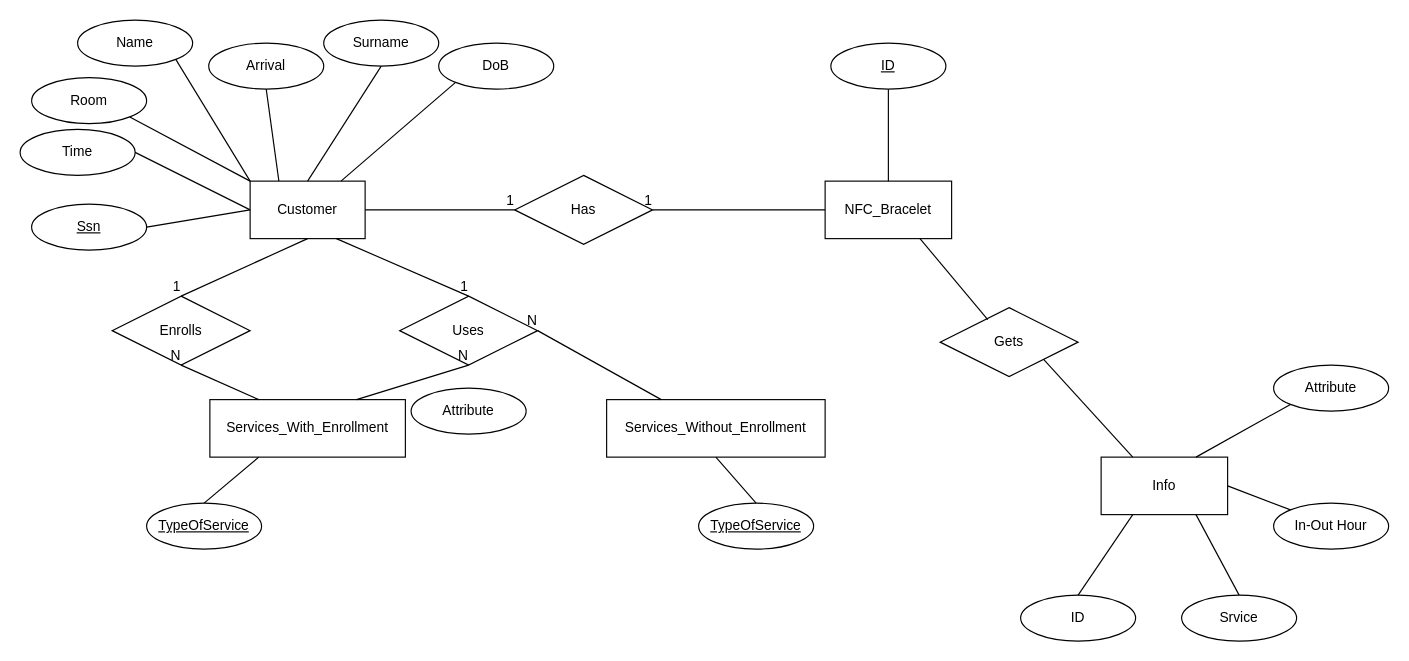
GiorgosKotsompolis/hello-world keeps this draw.io diagram as Hotel ER.drawio. Above is the earlier version. Source tidied: cells renumbered, new cells numbered last; positions are measured from the earlier drawing's top-left corner, leaving out a move shared by most shapes. Both pictures are drawn from the tidied source at 115%, with x=0, y=0 at pixel (20, 20).
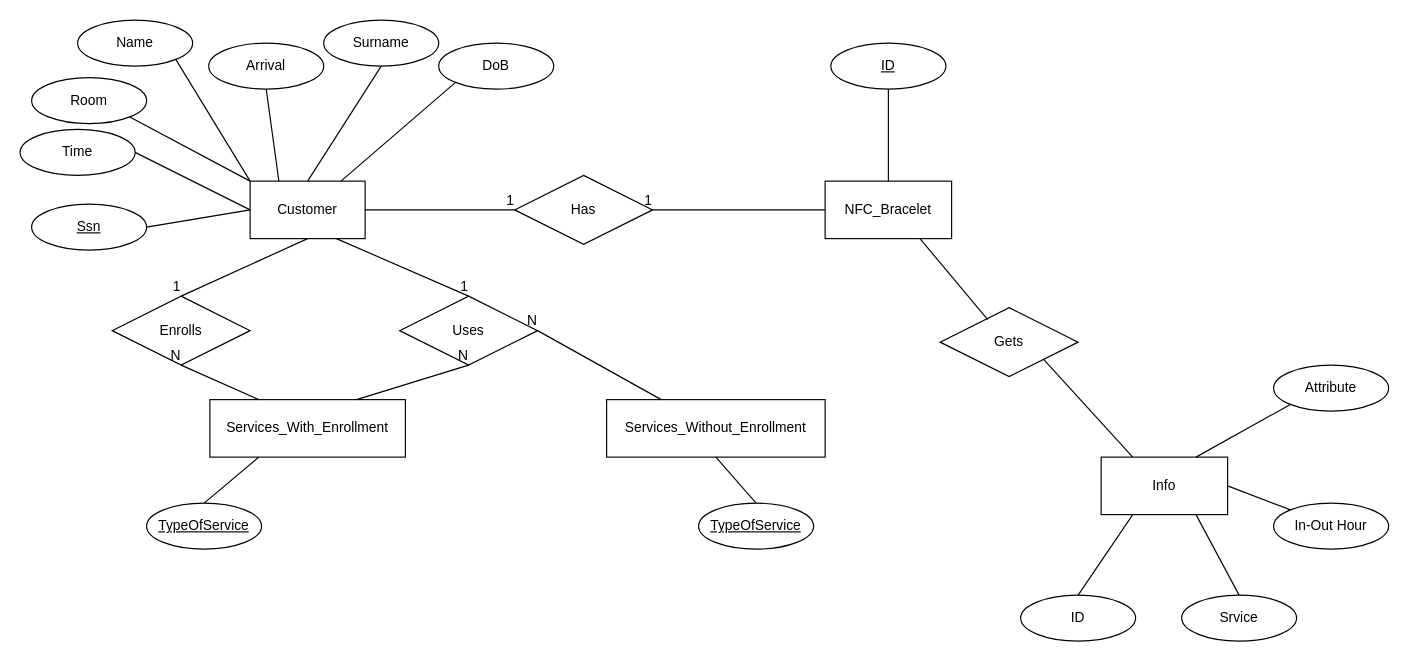
The same page after the edit.

Change to the diagram source:
```diff
@@
-    <mxCell id="49" value="Attribute" style="ellipse;whiteSpace=wrap;html=1;align=center;" parent="1" vertex="1">
-      <mxGeometry x="340" y="320" width="100" height="40" as="geometry" />
-    </mxCell>
```
